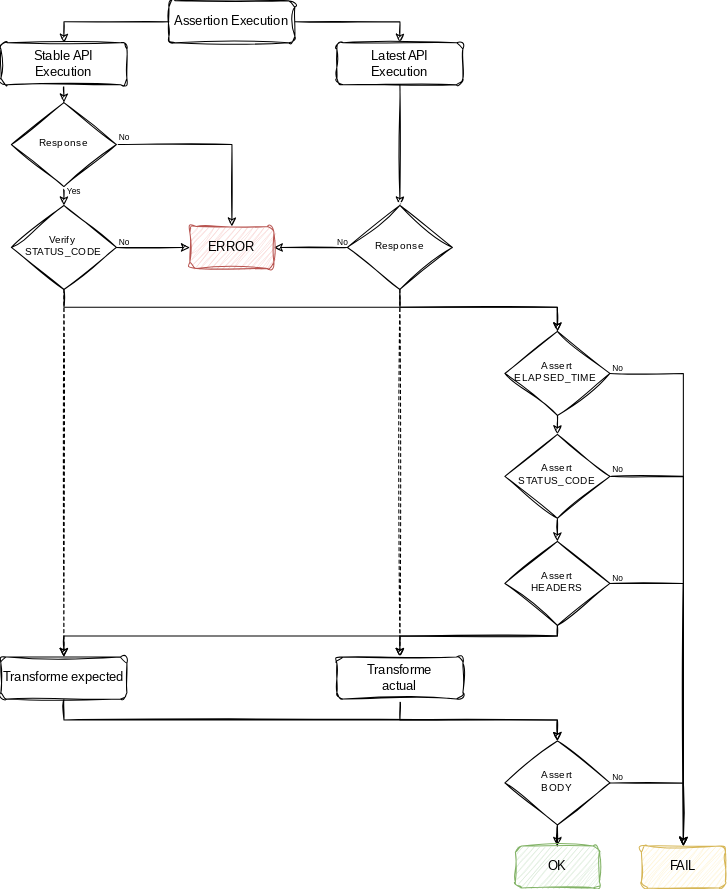
Before: doc/diagram/assertion.diagram.svg, a diagram exported from draw.io (oneteme/assertapi-core). Source tidied: cells renumbered, new cells last; positions are measured from the earlier drawing's top-left corner, leaving out a move shared by most shapes.
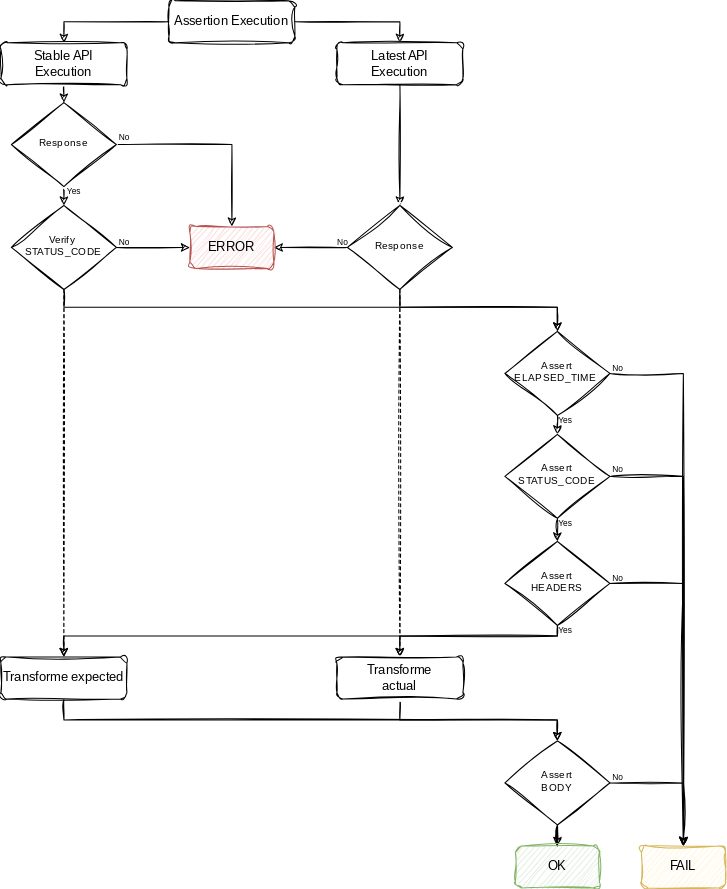
After the change.

Change to the diagram source:
```diff
@@ -81,22 +81,22 @@
     <mxCell id="24" value="No" style="text;html=1;strokeColor=none;fillColor=none;align=center;verticalAlign=middle;whiteSpace=wrap;rounded=0;fontSize=8;sketch=1;curveFitting=1;jiggle=2;" parent="1" vertex="1">
       <mxGeometry x="110" y="225" width="16" height="10" as="geometry" />
     </mxCell>
-    <mxCell id="25" style="rounded=0;sketch=1;jettySize=auto;html=1;entryX=0.5;entryY=0;entryDx=0;entryDy=0;strokeColor=default;fontFamily=Helvetica;fontSize=14;fontColor=#000000;startArrow=none;startFill=0;endArrow=classic;endFill=1;" parent="1" edge="1" source="27" target="30">
+    <mxCell id="25" style="rounded=0;jettySize=auto;html=1;entryX=0.5;entryY=0;entryDx=0;entryDy=0;strokeColor=default;fontFamily=Helvetica;fontSize=14;fontColor=#000000;startArrow=none;startFill=0;endArrow=classic;endFill=1;sketch=1;curveFitting=1;jiggle=2;" parent="1" edge="1" source="27" target="30">
       <mxGeometry relative="1" as="geometry" />
     </mxCell>
-    <mxCell id="26" style="edgeStyle=orthogonalEdgeStyle;rounded=0;sketch=1;jettySize=auto;html=1;exitX=1;exitY=0.5;exitDx=0;exitDy=0;entryX=0.5;entryY=0;entryDx=0;entryDy=0;strokeColor=default;fontFamily=Helvetica;fontSize=14;fontColor=#000000;startArrow=none;startFill=0;endArrow=classic;endFill=1;" parent="1" edge="1" source="27" target="43">
+    <mxCell id="26" style="edgeStyle=orthogonalEdgeStyle;rounded=0;jettySize=auto;html=1;exitX=1;exitY=0.5;exitDx=0;exitDy=0;entryX=0.5;entryY=0;entryDx=0;entryDy=0;strokeColor=default;fontFamily=Helvetica;fontSize=14;fontColor=#000000;startArrow=none;startFill=0;endArrow=classic;endFill=1;sketch=1;curveFitting=1;jiggle=2;" parent="1" edge="1" source="27" target="43">
       <mxGeometry relative="1" as="geometry" />
     </mxCell>
     <mxCell id="27" value="Assert ELAPSED_TIME&amp;nbsp;" style="rhombus;whiteSpace=wrap;html=1;shadow=0;fontFamily=Architects Daughter;fontSize=10;align=center;strokeWidth=1;spacing=6;spacingTop=-4;rounded=0;sketch=1;curveFitting=1;jiggle=2;verticalAlign=middle;fontSource=https%3A%2F%2Ffonts.googleapis.com%2Fcss%3Ffamily%3DArchitects%2BDaughter;" parent="1" vertex="1">
       <mxGeometry x="480" y="315" width="100" height="80" as="geometry" />
     </mxCell>
-    <mxCell id="28" style="edgeStyle=none;rounded=0;sketch=1;jettySize=auto;html=1;entryX=0.5;entryY=0;entryDx=0;entryDy=0;strokeColor=default;fontFamily=Helvetica;fontSize=14;fontColor=#000000;startArrow=none;startFill=0;endArrow=classic;endFill=1;" parent="1" edge="1" source="30" target="34">
+    <mxCell id="28" style="edgeStyle=none;rounded=0;jettySize=auto;html=1;entryX=0.5;entryY=0;entryDx=0;entryDy=0;strokeColor=default;fontFamily=Helvetica;fontSize=14;fontColor=#000000;startArrow=none;startFill=0;endArrow=classic;endFill=1;sketch=1;curveFitting=1;jiggle=2;" parent="1" edge="1" source="30" target="34">
       <mxGeometry relative="1" as="geometry" />
     </mxCell>
-    <mxCell id="29" style="edgeStyle=orthogonalEdgeStyle;rounded=0;sketch=1;jettySize=auto;html=1;exitX=1;exitY=0.5;exitDx=0;exitDy=0;entryX=0.5;entryY=0;entryDx=0;entryDy=0;strokeColor=default;fontFamily=Helvetica;fontSize=14;fontColor=#000000;startArrow=none;startFill=0;endArrow=classic;endFill=1;" parent="1" edge="1" source="30" target="43">
+    <mxCell id="29" style="edgeStyle=orthogonalEdgeStyle;rounded=0;jettySize=auto;html=1;exitX=1;exitY=0.5;exitDx=0;exitDy=0;entryX=0.5;entryY=0;entryDx=0;entryDy=0;strokeColor=default;fontFamily=Helvetica;fontSize=14;fontColor=#000000;startArrow=none;startFill=0;endArrow=classic;endFill=1;sketch=1;curveFitting=1;jiggle=2;" parent="1" edge="1" source="30" target="43">
       <mxGeometry relative="1" as="geometry" />
     </mxCell>
-    <mxCell id="30" value="Assert STATUS_CODE" style="rhombus;whiteSpace=wrap;html=1;shadow=0;fontFamily=Architects Daughter;fontSize=10;align=center;strokeWidth=1;spacing=6;spacingTop=-4;sketch=1;curveFitting=1;jiggle=2;fontSource=https%3A%2F%2Ffonts.googleapis.com%2Fcss%3Ffamily%3DArchitects%2BDaughter;" parent="1" vertex="1">
+    <mxCell id="30" value="Assert STATUS_CODE" style="rhombus;whiteSpace=wrap;html=1;shadow=0;fontFamily=Architects Daughter;fontSize=10;align=center;strokeWidth=1;spacing=6;spacingTop=-4;fontSource=https%3A%2F%2Ffonts.googleapis.com%2Fcss%3Ffamily%3DArchitects%2BDaughter;sketch=1;curveFitting=1;jiggle=2;" parent="1" vertex="1">
       <mxGeometry x="480" y="413" width="100" height="80" as="geometry" />
     </mxCell>
     <mxCell id="31" style="edgeStyle=orthogonalEdgeStyle;rounded=0;sketch=1;jettySize=auto;html=1;exitX=0.5;exitY=1;exitDx=0;exitDy=0;entryX=0.5;entryY=0;entryDx=0;entryDy=0;strokeColor=default;fontFamily=Helvetica;fontSize=14;fontColor=#000000;startArrow=none;startFill=0;endArrow=classic;endFill=1;" parent="1" edge="1" source="34" target="38">
@@ -115,10 +115,10 @@
         </Array>
       </mxGeometry>
     </mxCell>
-    <mxCell id="33" style="edgeStyle=orthogonalEdgeStyle;rounded=0;sketch=1;jettySize=auto;html=1;exitX=1;exitY=0.5;exitDx=0;exitDy=0;entryX=0.5;entryY=0;entryDx=0;entryDy=0;strokeColor=default;fontFamily=Helvetica;fontSize=14;fontColor=#000000;startArrow=none;startFill=0;endArrow=classic;endFill=1;" parent="1" edge="1" source="34" target="43">
+    <mxCell id="33" style="edgeStyle=orthogonalEdgeStyle;rounded=0;jettySize=auto;html=1;exitX=1;exitY=0.5;exitDx=0;exitDy=0;entryX=0.5;entryY=0;entryDx=0;entryDy=0;strokeColor=default;fontFamily=Helvetica;fontSize=14;fontColor=#000000;startArrow=none;startFill=0;endArrow=classic;endFill=1;sketch=1;curveFitting=1;jiggle=2;" parent="1" edge="1" source="34" target="43">
       <mxGeometry relative="1" as="geometry" />
     </mxCell>
-    <mxCell id="34" value="Assert &lt;br&gt;HEADERS" style="rhombus;whiteSpace=wrap;html=1;shadow=0;fontFamily=Architects Daughter;fontSize=10;align=center;strokeWidth=1;spacing=6;spacingTop=-4;rounded=0;sketch=1;fillColor=none;curveFitting=1;jiggle=2;fontSource=https%3A%2F%2Ffonts.googleapis.com%2Fcss%3Ffamily%3DArchitects%2BDaughter;" parent="1" vertex="1">
+    <mxCell id="34" value="Assert &lt;br&gt;HEADERS" style="rhombus;whiteSpace=wrap;html=1;shadow=0;fontFamily=Architects Daughter;fontSize=10;align=center;strokeWidth=1;spacing=6;spacingTop=-4;rounded=0;fillColor=none;fontSource=https%3A%2F%2Ffonts.googleapis.com%2Fcss%3Ffamily%3DArchitects%2BDaughter;sketch=1;curveFitting=1;jiggle=2;" parent="1" vertex="1">
       <mxGeometry x="480" y="515" width="100" height="80" as="geometry" />
     </mxCell>
     <mxCell id="35" style="edgeStyle=orthogonalEdgeStyle;rounded=0;sketch=1;jettySize=auto;html=1;entryX=0.5;entryY=0;entryDx=0;entryDy=0;strokeColor=default;fontFamily=Helvetica;fontSize=14;fontColor=#000000;startArrow=none;startFill=0;endArrow=classic;endFill=1;" parent="1" edge="1" source="36" target="41">
@@ -129,7 +129,7 @@
         </Array>
       </mxGeometry>
     </mxCell>
-    <mxCell id="36" value="Transforme &lt;br&gt;actual" style="rounded=1;whiteSpace=wrap;html=1;fontSize=12;glass=0;strokeWidth=1;shadow=0;sketch=1;curveFitting=1;jiggle=2;fillColor=rgb(255, 255, 255);labelBackgroundColor=none;strokeColor=default;fontFamily=Architects Daughter;fontSource=https%3A%2F%2Ffonts.googleapis.com%2Fcss%3Ffamily%3DArchitects%2BDaughter;fontColor=#000000;" parent="1" vertex="1">
+    <mxCell id="36" value="Transforme &lt;br&gt;actual" style="rounded=1;whiteSpace=wrap;html=1;fontSize=12;glass=0;strokeWidth=1;shadow=0;fillColor=rgb(255, 255, 255);labelBackgroundColor=none;strokeColor=default;fontFamily=Architects Daughter;fontSource=https%3A%2F%2Ffonts.googleapis.com%2Fcss%3Ffamily%3DArchitects%2BDaughter;fontColor=#000000;sketch=1;curveFitting=1;jiggle=2;" parent="1" vertex="1">
       <mxGeometry x="320" y="625" width="120" height="40" as="geometry" />
     </mxCell>
     <mxCell id="37" style="edgeStyle=orthogonalEdgeStyle;rounded=0;sketch=1;jettySize=auto;html=1;strokeColor=default;fontFamily=Helvetica;fontSize=14;fontColor=#000000;startArrow=none;startFill=0;endArrow=classic;endFill=1;" parent="1" edge="1" source="38" target="41">
@@ -143,19 +143,19 @@
     <mxCell id="38" value="Transforme expected" style="rounded=1;whiteSpace=wrap;html=1;fontSize=12;glass=0;strokeWidth=1;shadow=0;sketch=1;curveFitting=1;jiggle=2;fillColor=rgb(255, 255, 255);labelBackgroundColor=none;strokeColor=default;fontFamily=Architects Daughter;fontSource=https%3A%2F%2Ffonts.googleapis.com%2Fcss%3Ffamily%3DArchitects%2BDaughter;fontColor=#000000;" parent="1" vertex="1">
       <mxGeometry y="625" width="120" height="40" as="geometry" />
     </mxCell>
-    <mxCell id="39" style="edgeStyle=orthogonalEdgeStyle;rounded=0;sketch=1;jettySize=auto;html=1;entryX=0.5;entryY=0;entryDx=0;entryDy=0;strokeColor=default;fontFamily=Helvetica;fontSize=14;fontColor=#000000;startArrow=none;startFill=0;endArrow=classic;endFill=1;" parent="1" edge="1" source="41" target="42">
+    <mxCell id="39" style="edgeStyle=orthogonalEdgeStyle;rounded=0;jettySize=auto;html=1;entryX=0.5;entryY=0;entryDx=0;entryDy=0;strokeColor=default;fontFamily=Helvetica;fontSize=14;fontColor=#000000;startArrow=none;startFill=0;endArrow=classic;endFill=1;sketch=1;curveFitting=1;jiggle=2;" parent="1" edge="1" source="41" target="42">
       <mxGeometry relative="1" as="geometry" />
     </mxCell>
-    <mxCell id="40" style="edgeStyle=orthogonalEdgeStyle;rounded=0;sketch=1;jettySize=auto;html=1;exitX=1;exitY=0.5;exitDx=0;exitDy=0;entryX=0.5;entryY=0;entryDx=0;entryDy=0;strokeColor=default;fontFamily=Helvetica;fontSize=14;fontColor=#000000;startArrow=none;startFill=0;endArrow=classic;endFill=1;" parent="1" edge="1" source="41" target="43">
+    <mxCell id="40" style="edgeStyle=orthogonalEdgeStyle;rounded=0;jettySize=auto;html=1;exitX=1;exitY=0.5;exitDx=0;exitDy=0;entryX=0.5;entryY=0;entryDx=0;entryDy=0;strokeColor=default;fontFamily=Helvetica;fontSize=14;fontColor=#000000;startArrow=none;startFill=0;endArrow=classic;endFill=1;sketch=1;curveFitting=1;jiggle=2;" parent="1" edge="1" source="41" target="43">
       <mxGeometry relative="1" as="geometry" />
     </mxCell>
-    <mxCell id="41" value="Assert &lt;br&gt;BODY" style="rhombus;whiteSpace=wrap;html=1;shadow=0;fontFamily=Architects Daughter;fontSize=10;align=center;strokeWidth=1;spacing=6;spacingTop=-4;rounded=0;sketch=1;fillColor=none;curveFitting=1;jiggle=2;fontSource=https%3A%2F%2Ffonts.googleapis.com%2Fcss%3Ffamily%3DArchitects%2BDaughter;" parent="1" vertex="1">
+    <mxCell id="41" value="Assert &lt;br&gt;BODY" style="rhombus;whiteSpace=wrap;html=1;shadow=0;fontFamily=Architects Daughter;fontSize=10;align=center;strokeWidth=1;spacing=6;spacingTop=-4;rounded=0;fillColor=none;fontSource=https%3A%2F%2Ffonts.googleapis.com%2Fcss%3Ffamily%3DArchitects%2BDaughter;sketch=1;curveFitting=1;jiggle=2;" parent="1" vertex="1">
       <mxGeometry x="480" y="705" width="100" height="80" as="geometry" />
     </mxCell>
-    <mxCell id="42" value="OK" style="rounded=1;whiteSpace=wrap;html=1;fontSize=12;glass=0;strokeWidth=1;shadow=0;sketch=1;curveFitting=1;jiggle=2;fillColor=#d5e8d4;strokeColor=#82b366;fontFamily=Architects Daughter;fontSource=https%3A%2F%2Ffonts.googleapis.com%2Fcss%3Ffamily%3DArchitects%2BDaughter;" parent="1" vertex="1">
+    <mxCell id="42" value="OK" style="rounded=1;whiteSpace=wrap;html=1;fontSize=12;glass=0;strokeWidth=1;shadow=0;fillColor=#d5e8d4;strokeColor=#82b366;fontFamily=Architects Daughter;fontSource=https%3A%2F%2Ffonts.googleapis.com%2Fcss%3Ffamily%3DArchitects%2BDaughter;sketch=1;curveFitting=1;jiggle=2;" parent="1" vertex="1">
       <mxGeometry x="490" y="805" width="80" height="40" as="geometry" />
     </mxCell>
-    <mxCell id="43" value="FAIL" style="rounded=1;whiteSpace=wrap;html=1;fontSize=12;glass=0;strokeWidth=1;shadow=0;sketch=1;curveFitting=1;jiggle=2;fillColor=#fff2cc;strokeColor=#d6b656;fontFamily=Architects Daughter;fontSource=https%3A%2F%2Ffonts.googleapis.com%2Fcss%3Ffamily%3DArchitects%2BDaughter;" parent="1" vertex="1">
+    <mxCell id="43" value="FAIL" style="rounded=1;whiteSpace=wrap;html=1;fontSize=12;glass=0;strokeWidth=1;shadow=0;fillColor=#fff2cc;strokeColor=#d6b656;fontFamily=Architects Daughter;fontSource=https%3A%2F%2Ffonts.googleapis.com%2Fcss%3Ffamily%3DArchitects%2BDaughter;sketch=1;curveFitting=1;jiggle=2;" parent="1" vertex="1">
       <mxGeometry x="610" y="805" width="80" height="40" as="geometry" />
     </mxCell>
     <mxCell id="44" value="No" style="text;html=1;strokeColor=none;fillColor=none;align=center;verticalAlign=middle;whiteSpace=wrap;rounded=0;fontSize=8;sketch=1;curveFitting=1;jiggle=2;" parent="1" vertex="1">
@@ -170,5 +170,14 @@
     <mxCell id="47" value="No" style="text;html=1;strokeColor=none;fillColor=none;align=center;verticalAlign=middle;whiteSpace=wrap;rounded=0;fontSize=8;sketch=1;curveFitting=1;jiggle=2;" parent="1" vertex="1">
       <mxGeometry x="580" y="735" width="16" height="10" as="geometry" />
     </mxCell>
+    <mxCell id="48" value="Yes" style="text;html=1;strokeColor=none;fillColor=none;align=center;verticalAlign=middle;whiteSpace=wrap;rounded=0;fontSize=8;sketch=1;curveFitting=1;jiggle=2;" parent="1" vertex="1">
+      <mxGeometry x="530" y="395" width="16" height="10" as="geometry" />
+    </mxCell>
+    <mxCell id="49" value="Yes" style="text;html=1;strokeColor=none;fillColor=none;align=center;verticalAlign=middle;whiteSpace=wrap;rounded=0;fontSize=8;sketch=1;curveFitting=1;jiggle=2;" parent="1" vertex="1">
+      <mxGeometry x="530" y="493" width="16" height="10" as="geometry" />
+    </mxCell>
+    <mxCell id="50" value="Yes" style="text;html=1;strokeColor=none;fillColor=none;align=center;verticalAlign=middle;whiteSpace=wrap;rounded=0;fontSize=8;sketch=1;curveFitting=1;jiggle=2;" parent="1" vertex="1">
+      <mxGeometry x="530" y="595" width="16" height="10" as="geometry" />
+    </mxCell>
   </root>
 </mxGraphModel>
```
